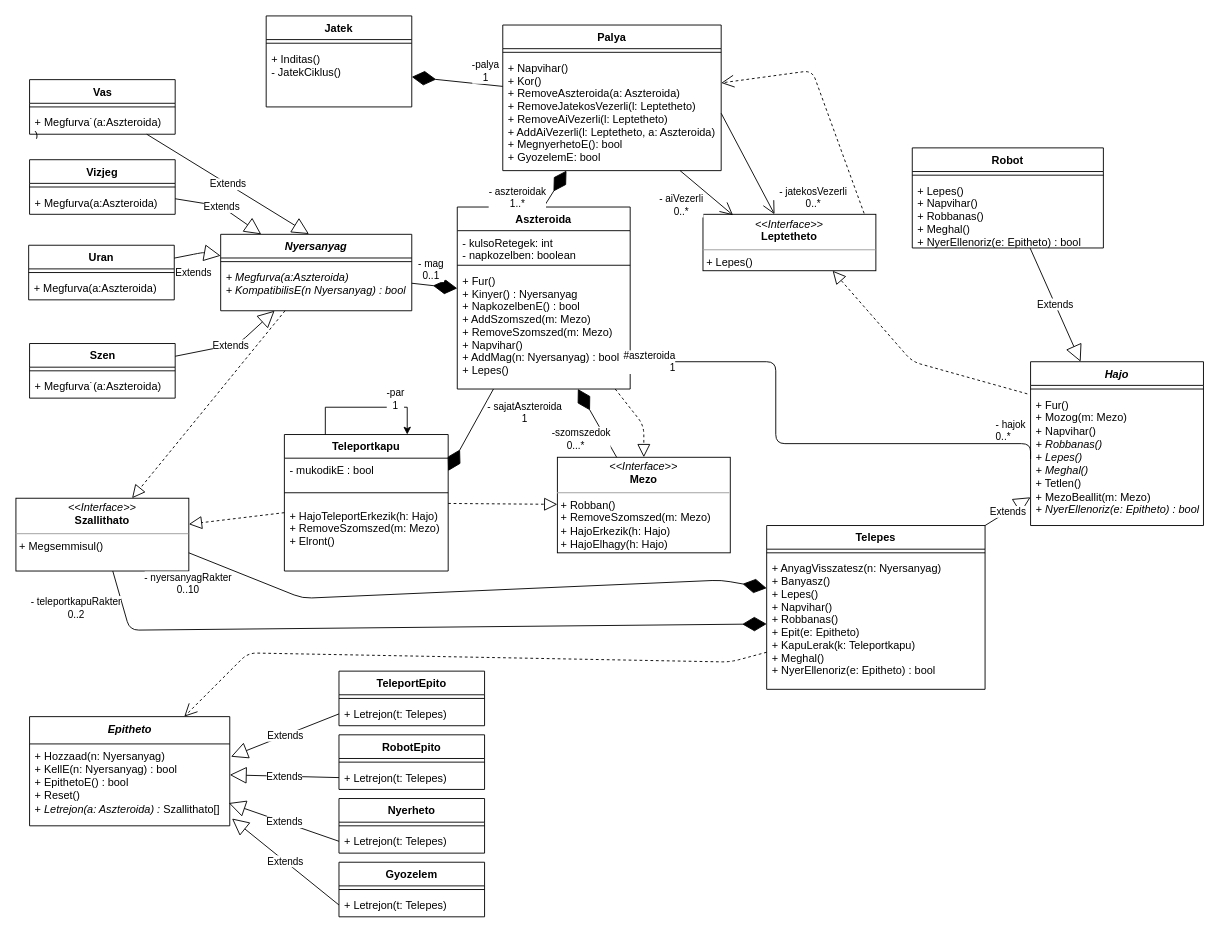
Before: doc/uml/class.drawio in torpeBoiGo/aszteroidabanyaszat, a draw.io diagram. Source tidied: cells renumbered, new cells numbered last; positions are measured from the earlier drawing's top-left corner, leaving out a move shared by most shapes. Both pictures are drawn from the tidied source at 91%, with x=0, y=0 at pixel (15, 15).
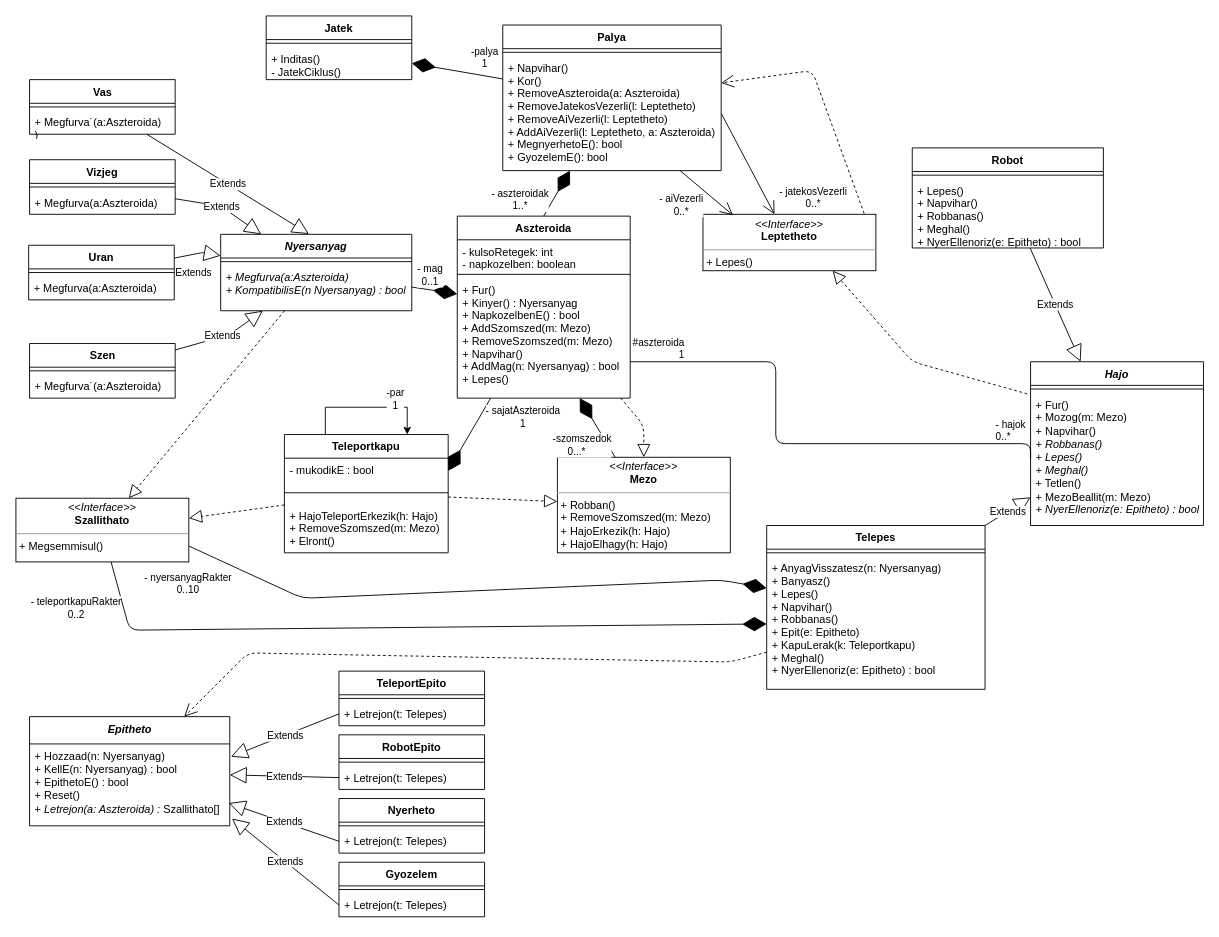
The same diagram, later.

Commit message:
Update class.drawio: szintaktikai hiba javitas

The change refers to these unchanged cells:
```xml
<mxCell id="5" value="Palya" style="swimlane;fontStyle=1;align=center;verticalAlign=top;horizontal=1;startSize=26;" parent="1" vertex="1">
  <mxGeometry x="535" y="10" width="240" height="160" as="geometry" />
</mxCell>
<mxCell id="22" value="Nyersanyag" style="swimlane;fontStyle=3;align=center;verticalAlign=top;horizontal=1;startSize=26;" parent="1" vertex="1">
  <mxGeometry x="225" y="240" width="210" height="84" as="geometry" />
</mxCell>
<mxCell id="51" style="endArrow=none;html=1;edgeStyle=orthogonalEdgeStyle;entryX=0;entryY=0.5;entryDx=0;entryDy=0;" parent="1" edge="1" source="9" target="21">
  <mxGeometry relative="1" as="geometry">
    <Array as="points">
      <mxPoint x="835" y="380" />
      <mxPoint x="835" y="470" />
      <mxPoint x="1115" y="470" />
    </Array>
  </mxGeometry>
</mxCell>
<mxCell id="54" value="Szen" style="swimlane;fontStyle=1;align=center;verticalAlign=top;horizontal=1;startSize=26;html=1;" parent="1" vertex="1">
  <mxGeometry x="15" y="360" width="160" height="60" as="geometry" />
</mxCell>
```

The edit, as a diff of the source:
```diff
@@
     <mxCell id="2" value="Jatek" style="swimlane;fontStyle=1;align=center;verticalAlign=top;horizontal=1;startSize=26;" parent="1" vertex="1">
-      <mxGeometry x="275" width="160" height="100" as="geometry" />
+      <mxGeometry x="275" width="160" height="70" as="geometry" />
     </mxCell>
@@
     <mxCell id="4" value="+ Inditas()&#10;- JatekCiklus()" style="text;strokeColor=none;fillColor=none;align=left;verticalAlign=top;spacingLeft=4;spacingRight=4;overflow=hidden;points=[[0,0.5],[1,0.5]];portConstraint=eastwest;" parent="2" vertex="1">
-      <mxGeometry y="34" width="160" height="66" as="geometry" />
+      <mxGeometry y="34" width="160" height="36" as="geometry" />
     </mxCell>
@@
-    <mxCell id="7" value="+ Napvihar()&#10;+ Kor()&#10;+ RemoveAszteroida(a: Aszteroida)&#10;+ RemoveJatekosVezerli(l: Leptetheto)&#10;+ RemoveAiVezerli(l: Leptetheto)&#10;+ AddAiVezerli(l: Leptetheto, a: Aszteroida)&#10;+ MegnyerhetoE(): bool&#10;+ GyozelemE: bool&#10;" style="text;strokeColor=none;fillColor=none;align=left;verticalAlign=top;spacingLeft=4;spacingRight=4;overflow=hidden;points=[[0,0.5],[1,0.5]];portConstraint=eastwest;" parent="5" vertex="1">
+    <mxCell id="7" value="+ Napvihar()&#10;+ Kor()&#10;+ RemoveAszteroida(a: Aszteroida)&#10;+ RemoveJatekosVezerli(l: Leptetheto)&#10;+ RemoveAiVezerli(l: Leptetheto)&#10;+ AddAiVezerli(l: Leptetheto, a: Aszteroida)&#10;+ MegnyerhetoE(): bool&#10;+ GyozelemE(): bool&#10;" style="text;strokeColor=none;fillColor=none;align=left;verticalAlign=top;spacingLeft=4;spacingRight=4;overflow=hidden;points=[[0,0.5],[1,0.5]];portConstraint=eastwest;" parent="5" vertex="1">
       <mxGeometry y="34" width="240" height="126" as="geometry" />
     </mxCell>
@@
     <mxCell id="9" value="Aszteroida" style="swimlane;fontStyle=1;align=center;verticalAlign=top;horizontal=1;startSize=26;" parent="1" vertex="1">
-      <mxGeometry x="485" y="210" width="190" height="200" as="geometry" />
+      <mxGeometry x="485" y="220" width="190" height="200" as="geometry" />
     </mxCell>
@@
     <mxCell id="28" value="Teleportkapu" style="swimlane;fontStyle=1;align=center;verticalAlign=top;horizontal=1;startSize=26;" parent="1" vertex="1">
-      <mxGeometry x="295" y="460" width="180" height="150" as="geometry" />
+      <mxGeometry x="295" y="460" width="180" height="130" as="geometry" />
     </mxCell>
@@
     <mxCell id="31" value="+ HajoTeleportErkezik(h: Hajo)&#10;+ RemoveSzomszed(m: Mezo)&#10;+ Elront()" style="text;strokeColor=none;fillColor=none;align=left;verticalAlign=top;spacingLeft=4;spacingRight=4;overflow=hidden;" parent="28" vertex="1">
-      <mxGeometry y="76" width="180" height="74" as="geometry" />
+      <mxGeometry y="76" width="180" height="54" as="geometry" />
     </mxCell>
@@
     <mxCell id="33" value="&lt;p style=&quot;margin: 0px ; margin-top: 4px ; text-align: center&quot;&gt;&lt;i&gt;&amp;lt;&amp;lt;Interface&amp;gt;&amp;gt;&lt;/i&gt;&lt;br&gt;&lt;b&gt;Szallithato&lt;/b&gt;&lt;/p&gt;&lt;hr size=&quot;1&quot;&gt;&lt;p style=&quot;margin: 0px ; margin-left: 4px&quot;&gt;&lt;/p&gt;&lt;p style=&quot;margin: 0px ; margin-left: 4px&quot;&gt;+ Megsemmisul()&lt;/p&gt;" style="verticalAlign=top;align=left;overflow=fill;fontSize=12;fontFamily=Helvetica;html=1;" parent="1" vertex="1">
-      <mxGeometry y="530" width="190" height="80" as="geometry" />
+      <mxGeometry y="530" width="190" height="70" as="geometry" />
     </mxCell>
@@
     <mxCell id="53" value="#aszteroida&lt;br&gt;1" style="edgeLabel;html=1;align=right;verticalAlign=bottom;" parent="51" vertex="1">
       <mxGeometry x="1" relative="1" as="geometry">
-        <mxPoint x="-390" y="-92" as="offset" />
+        <mxPoint x="-380" y="-107" as="offset" />
       </mxGeometry>
     </mxCell>
@@
     <mxCell id="67" value="Extends" style="endArrow=block;endSize=16;endFill=0;html=1;" parent="1" edge="1" source="54" target="22">
       <mxGeometry relative="1" as="geometry">
         <Array as="points">
-          <mxPoint x="245" y="360" />
+          <mxPoint x="235" y="350" />
         </Array>
       </mxGeometry>
     </mxCell>
```
